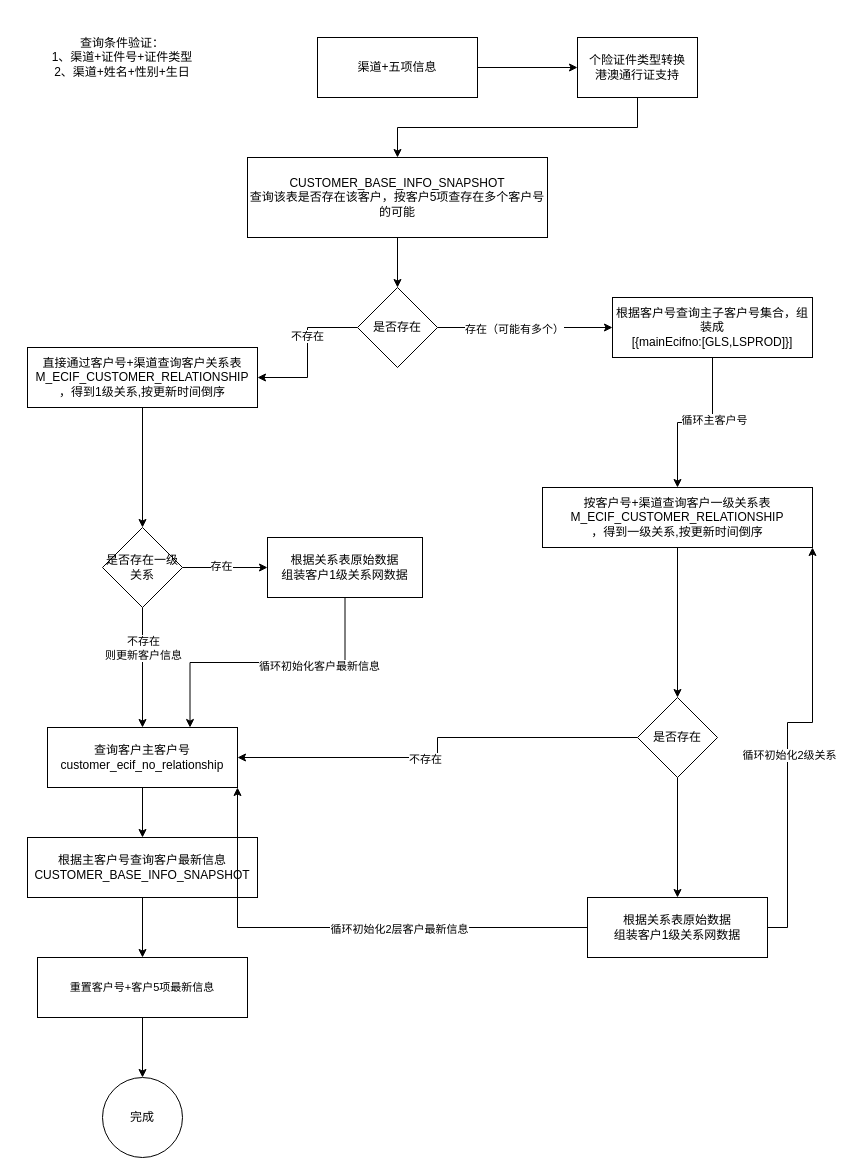
This is page "客户五项查询" (2 of 2) of 客户关系查询.drawio from rainerpiao/cloud-computing, a draw.io file, before an edit. Source tidied: cells renumbered, new cells numbered last; positions are measured from the earlier drawing's top-left corner, leaving out a move shared by most shapes. Both pictures are drawn from the tidied source at 100%, with x=0, y=0 at pixel (17, 17).
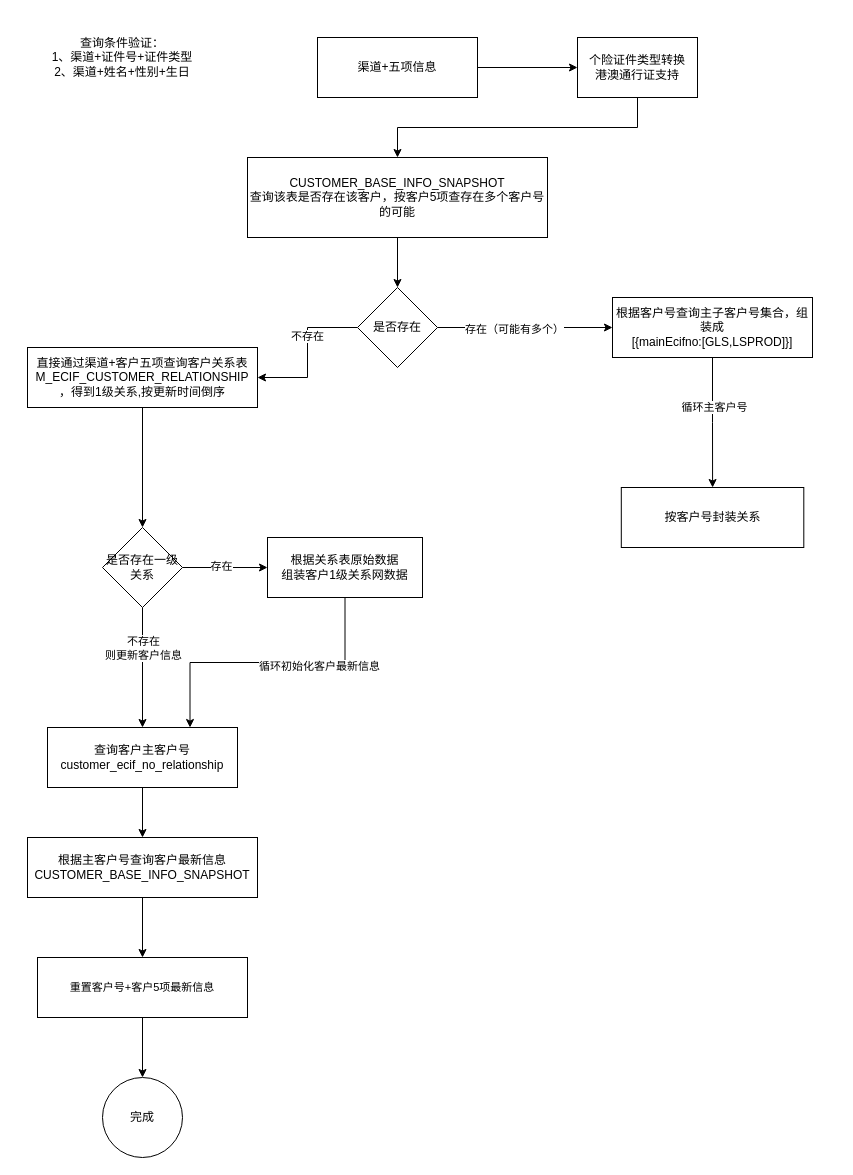
After the change.

The change refers to these unchanged cells:
```xml
<mxCell id="23" value="查询客户主客户号&lt;div&gt;customer_ecif_no_relationship&lt;br&gt;&lt;/div&gt;" style="whiteSpace=wrap;html=1;rounded=0;" parent="1" vertex="1">
  <mxGeometry x="30" y="710" width="190" height="60" as="geometry" />
</mxCell>
```

The edit, as a diff of the source:
```diff
@@
-    <mxCell id="13" value="直接通过客户号+渠道查询客户关系表&lt;div&gt;M_ECIF_CUSTOMER_RELATIONSHIP&lt;br&gt;&lt;div&gt;，得到1级关系,按更新时间倒序&lt;/div&gt;&lt;/div&gt;" style="whiteSpace=wrap;html=1;rounded=0;" parent="1" vertex="1">
+    <mxCell id="13" value="直接通过渠道+客户五项查询客户关系表&lt;div&gt;M_ECIF_CUSTOMER_RELATIONSHIP&lt;br&gt;&lt;div&gt;，得到1级关系,按更新时间倒序&lt;/div&gt;&lt;/div&gt;" style="whiteSpace=wrap;html=1;rounded=0;" parent="1" vertex="1">
       <mxGeometry x="10" y="330" width="230" height="60" as="geometry" />
     </mxCell>
@@
-    <mxCell id="33" style="edgeStyle=orthogonalEdgeStyle;rounded=0;jettySize=auto;html=1;" parent="1" edge="1" source="34" target="36">
-      <mxGeometry relative="1" as="geometry" />
-    </mxCell>
-    <mxCell id="34" value="按客户号+渠道查询客户一级关系表M_ECIF_CUSTOMER_RELATIONSHIP&lt;br&gt;&lt;div&gt;，得到一级关系,按更新时间倒序&lt;/div&gt;" style="whiteSpace=wrap;html=1;rounded=0;" parent="1" vertex="1">
-      <mxGeometry x="525" y="470" width="270" height="60" as="geometry" />
+    <mxCell id="34" value="按客户号封装关系" style="whiteSpace=wrap;html=1;rounded=0;" parent="1" vertex="1">
+      <mxGeometry x="603.8" y="470" width="182.5" height="60" as="geometry" />
     </mxCell>
-    <mxCell id="35" style="edgeStyle=orthogonalEdgeStyle;rounded=0;jettySize=auto;html=1;" parent="1" edge="1" source="36" target="43">
-      <mxGeometry relative="1" as="geometry" />
-    </mxCell>
-    <mxCell id="36" value="是否存在" style="rhombus;whiteSpace=wrap;html=1;rounded=0;" parent="1" vertex="1">
-      <mxGeometry x="620" y="680" width="80" height="80" as="geometry" />
-    </mxCell>
-    <mxCell id="37" style="edgeStyle=orthogonalEdgeStyle;rounded=0;jettySize=auto;html=1;entryX=1;entryY=0.5;entryDx=0;entryDy=0;exitX=0;exitY=0.5;exitDx=0;exitDy=0;" parent="1" edge="1" source="36" target="23">
-      <mxGeometry relative="1" as="geometry" />
-    </mxCell>
-    <mxCell id="38" value="不存在" style="edgeLabel;html=1;align=center;verticalAlign=middle;" parent="37" vertex="1">
-      <mxGeometry x="0.11" y="1" relative="1" as="geometry" />
-    </mxCell>
-    <mxCell id="39" style="edgeStyle=orthogonalEdgeStyle;rounded=0;jettySize=auto;html=1;entryX=1;entryY=1;entryDx=0;entryDy=0;exitX=1;exitY=0.5;exitDx=0;exitDy=0;" parent="1" edge="1" source="43" target="34">
-      <mxGeometry relative="1" as="geometry" />
-    </mxCell>
-    <mxCell id="40" value="循环初始化2级关系" style="edgeLabel;html=1;align=center;verticalAlign=middle;" parent="39" vertex="1">
-      <mxGeometry x="-0.09" y="-1" relative="1" as="geometry" />
-    </mxCell>
-    <mxCell id="41" style="edgeStyle=orthogonalEdgeStyle;rounded=0;jettySize=auto;html=1;exitX=0;exitY=0.5;exitDx=0;exitDy=0;entryX=1;entryY=1;entryDx=0;entryDy=0;" parent="1" edge="1" source="43" target="23">
-      <mxGeometry relative="1" as="geometry" />
-    </mxCell>
-    <mxCell id="42" value="循环初始化2层客户最新信息" style="edgeLabel;html=1;align=center;verticalAlign=middle;" parent="41" vertex="1">
-      <mxGeometry x="-0.23" y="1" relative="1" as="geometry" />
-    </mxCell>
-    <mxCell id="43" value="根据关系表原始数据&lt;div&gt;组装客户1级关系网数据&lt;/div&gt;" style="whiteSpace=wrap;html=1;rounded=0;" parent="1" vertex="1">
-      <mxGeometry x="570" y="880" width="180" height="60" as="geometry" />
-    </mxCell>
```
